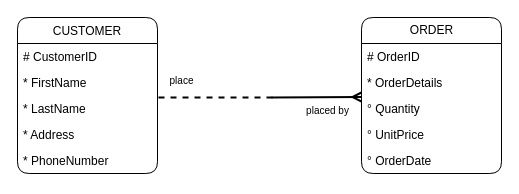
This is Customer-Order.drawio from iamdaniaph/ERD, a draw.io file, before an edit. Source tidied: cells renumbered, new cells numbered last; positions are measured from the earlier drawing's top-left corner, leaving out a move shared by most shapes. Both pictures are drawn from the tidied source at 100%, with x=0, y=0 at pixel (17, 17).
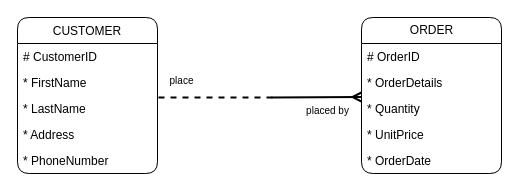
The same page after the edit.

Change to the diagram source:
```diff
@@
 <mxGraphModel>
   <root>
     <mxCell id="0" />
     <mxCell id="1" parent="0" />
     <mxCell id="2" value="CUSTOMER" style="swimlane;fontStyle=0;horizontal=1;startSize=26;rounded=1;" parent="1" vertex="1">
       <mxGeometry width="140" height="156" as="geometry" />
     </mxCell>
     <mxCell id="3" value="# CustomerID" style="text;strokeColor=none;fillColor=none;align=left;verticalAlign=middle;spacingLeft=4;spacingRight=4;overflow=hidden;" parent="2" vertex="1">
       <mxGeometry y="26" width="140" height="26" as="geometry" />
     </mxCell>
     <mxCell id="4" value="* FirstName" style="text;strokeColor=none;fillColor=none;align=left;verticalAlign=middle;spacingLeft=4;spacingRight=4;overflow=hidden;" parent="2" vertex="1">
       <mxGeometry y="52" width="140" height="26" as="geometry" />
     </mxCell>
     <mxCell id="5" value="* LastName" style="text;strokeColor=none;fillColor=none;align=left;verticalAlign=middle;spacingLeft=4;spacingRight=4;overflow=hidden;" parent="2" vertex="1">
       <mxGeometry y="78" width="140" height="26" as="geometry" />
     </mxCell>
     <mxCell id="6" value="* Address" style="text;strokeColor=none;fillColor=none;align=left;verticalAlign=middle;spacingLeft=4;spacingRight=4;overflow=hidden;" parent="2" vertex="1">
       <mxGeometry y="104" width="140" height="26" as="geometry" />
     </mxCell>
     <mxCell id="7" value="* PhoneNumber" style="text;strokeColor=none;fillColor=none;align=left;verticalAlign=middle;spacingLeft=4;spacingRight=4;overflow=hidden;" parent="2" vertex="1">
       <mxGeometry y="130" width="140" height="26" as="geometry" />
     </mxCell>
     <mxCell id="8" value="ORDER" style="swimlane;fontStyle=0;horizontal=1;startSize=26;rounded=1;verticalAlign=middle;html=1;" parent="1" vertex="1">
       <mxGeometry x="344" width="140" height="156" as="geometry" />
     </mxCell>
     <mxCell id="9" value="# OrderID" style="text;strokeColor=none;fillColor=none;align=left;verticalAlign=top;spacingLeft=4;spacingRight=4;overflow=hidden;" parent="8" vertex="1">
       <mxGeometry y="26" width="140" height="26" as="geometry" />
     </mxCell>
     <mxCell id="10" value="* OrderDetails" style="text;strokeColor=none;fillColor=none;align=left;verticalAlign=top;spacingLeft=4;spacingRight=4;overflow=hidden;" parent="8" vertex="1">
       <mxGeometry y="52" width="140" height="26" as="geometry" />
     </mxCell>
-    <mxCell id="11" value="° Quantity" style="text;strokeColor=none;fillColor=none;align=left;verticalAlign=top;spacingLeft=4;spacingRight=4;overflow=hidden;" parent="8" vertex="1">
+    <mxCell id="11" value="* Quantity" style="text;strokeColor=none;fillColor=none;align=left;verticalAlign=top;spacingLeft=4;spacingRight=4;overflow=hidden;" parent="8" vertex="1">
       <mxGeometry y="78" width="140" height="26" as="geometry" />
     </mxCell>
-    <mxCell id="12" value="° UnitPrice" style="text;strokeColor=none;fillColor=none;align=left;verticalAlign=top;spacingLeft=4;spacingRight=4;overflow=hidden;" parent="8" vertex="1">
+    <mxCell id="12" value="* UnitPrice" style="text;strokeColor=none;fillColor=none;align=left;verticalAlign=top;spacingLeft=4;spacingRight=4;overflow=hidden;" parent="8" vertex="1">
       <mxGeometry y="104" width="140" height="26" as="geometry" />
     </mxCell>
-    <mxCell id="13" value="° OrderDate" style="text;strokeColor=none;fillColor=none;align=left;verticalAlign=top;spacingLeft=4;spacingRight=4;overflow=hidden;" parent="8" vertex="1">
+    <mxCell id="13" value="* OrderDate" style="text;strokeColor=none;fillColor=none;align=left;verticalAlign=top;spacingLeft=4;spacingRight=4;overflow=hidden;" parent="8" vertex="1">
       <mxGeometry y="130" width="140" height="26" as="geometry" />
     </mxCell>
     <mxCell id="14" value="placed by" style="html=1;verticalAlign=bottom;endArrow=ERmany;fontSize=10;sourcePerimeterSpacing=1;targetPerimeterSpacing=3;strokeWidth=2;endFill=0;" parent="1" edge="1">
       <mxGeometry x="0.25" y="-21" relative="1" as="geometry">
         <mxPoint x="254" y="80" as="sourcePoint" />
         <mxPoint x="344" y="79.5" as="targetPoint" />
         <mxPoint y="1" as="offset" />
       </mxGeometry>
     </mxCell>
     <mxCell id="15" value="place" style="html=1;verticalAlign=bottom;endArrow=none;dashed=1;endSize=8;fontSize=10;sourcePerimeterSpacing=1;targetPerimeterSpacing=3;strokeWidth=2;entryX=0.993;entryY=0.769;entryDx=0;entryDy=0;entryPerimeter=0;endFill=0;startArrow=none;startFill=0;" parent="1" edge="1">
       <mxGeometry x="0.58" y="-8" relative="1" as="geometry">
         <mxPoint x="255" y="80" as="sourcePoint" />
         <mxPoint x="140" y="80" as="targetPoint" />
       </mxGeometry>
     </mxCell>
   </root>
 </mxGraphModel>
```
